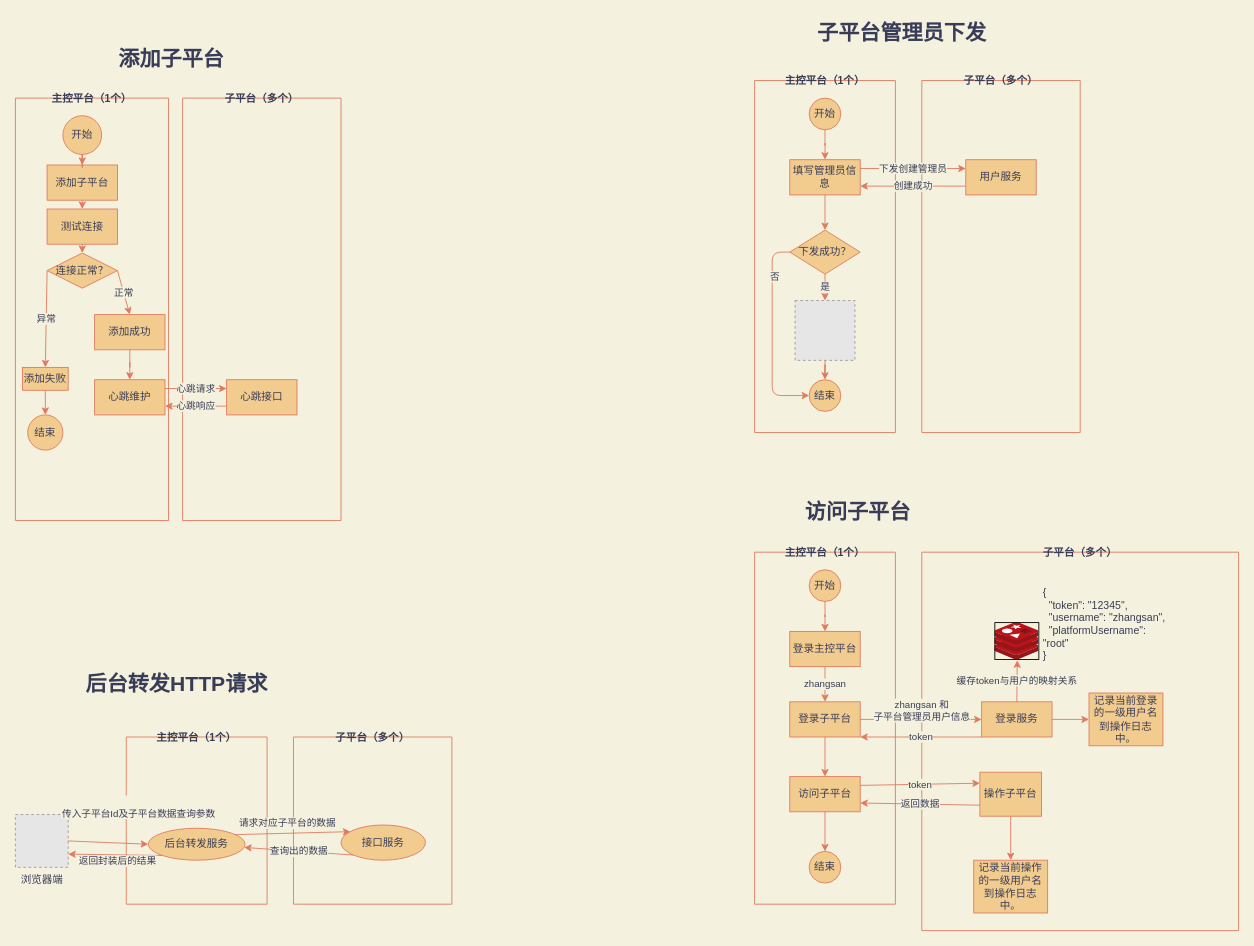
Above: page "通用" (1 of 3) of test.drawio in Jarris3154/drawios (draw.io), before the change. Source tidied: cells renumbered, new cells numbered last; positions are measured from the earlier drawing's top-left corner, leaving out a move shared by most shapes. Both pictures are drawn from the tidied source at 88%, with x=0, y=0 at pixel (15, 15). Pictures stored in the file or linked from it are replaced by grey dashed boxes.
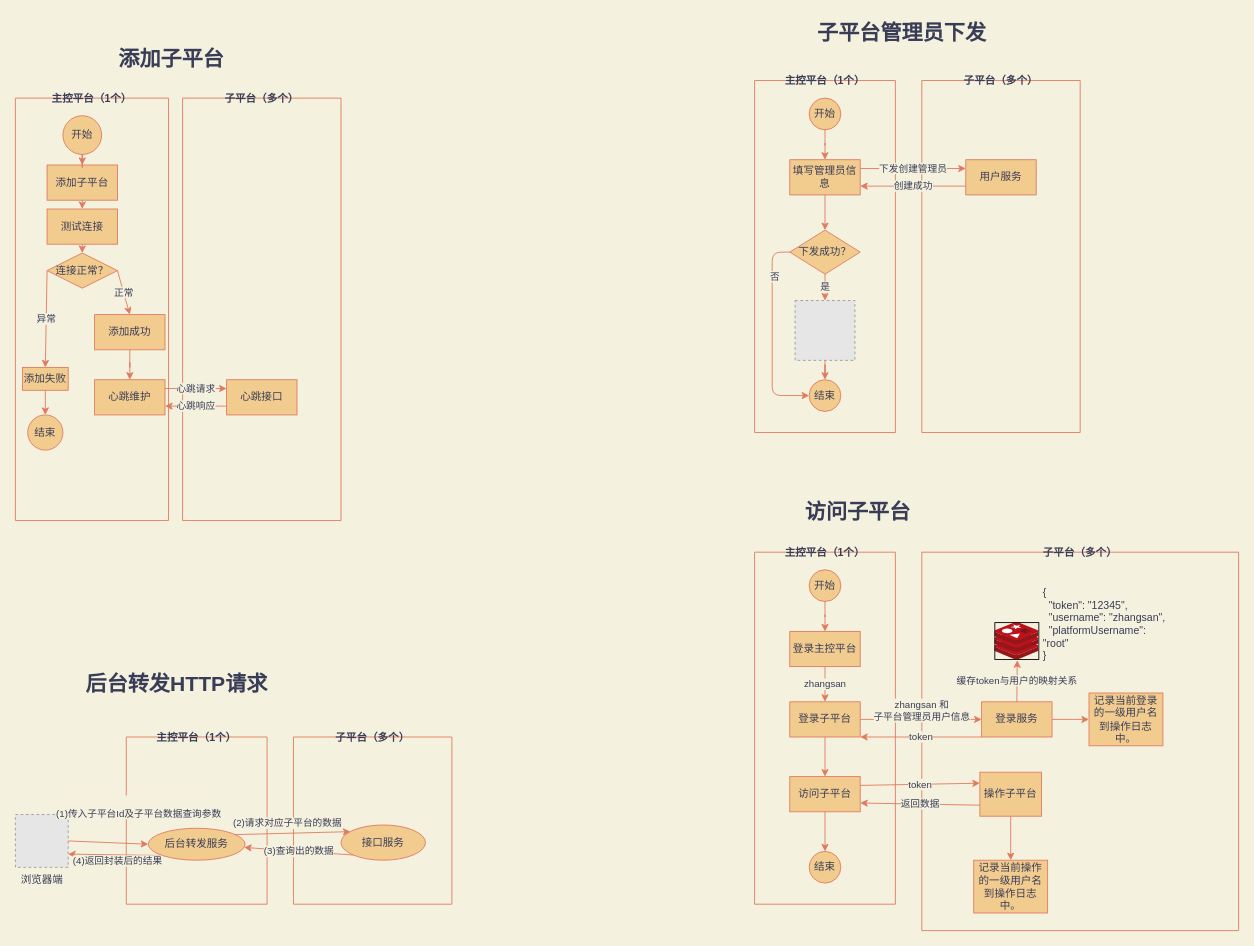
The same page after the edit.

Commit message:
增加平台转发API顺序

The change refers to these unchanged cells:
```xml
<mxCell id="3" value="接口服务" style="ellipse;whiteSpace=wrap;html=1;fillColor=#F2CC8F;strokeColor=#E07A5F;fontColor=#393C56;" parent="2" vertex="1">
  <mxGeometry x="54" y="100" width="96" height="40" as="geometry" />
</mxCell>
<mxCell id="6" value="后台转发服务" style="ellipse;whiteSpace=wrap;html=1;fillColor=#F2CC8F;strokeColor=#E07A5F;fontColor=#393C56;" parent="5" vertex="1">
  <mxGeometry x="25" y="103.7" width="110" height="36.3" as="geometry" />
</mxCell>
<mxCell id="7" value="浏览器端" style="fillColor=#E6E6E6;strokeColor=#999999;dashed=1;html=1;verticalAlign=top;verticalLabelPosition=bottom;fontColor=#393C56;labelBackgroundColor=#F4F1DE;" parent="1" vertex="1">
  <mxGeometry y="908.1" width="60" height="60" as="geometry" />
</mxCell>
<mxCell id="8" style="jettySize=auto;html=1;exitX=0.894;exitY=0.2;exitDx=0;exitDy=0;entryX=0.112;entryY=0.189;entryDx=0;entryDy=0;strokeColor=#E07A5F;fontColor=#393C56;exitPerimeter=0;entryPerimeter=0;labelBackgroundColor=#F4F1DE;" parent="1" edge="1" source="6" target="3">
  <mxGeometry relative="1" as="geometry" />
</mxCell>
<mxCell id="12" style="jettySize=auto;html=1;exitX=0;exitY=1;exitDx=0;exitDy=0;strokeColor=#E07A5F;fontColor=#393C56;entryX=1;entryY=0.75;entryDx=0;entryDy=0;labelBackgroundColor=#F4F1DE;" parent="1" edge="1" source="6" target="7">
  <mxGeometry relative="1" as="geometry" />
</mxCell>
```

Diff of the diagram source:
```diff
@@
-    <mxCell id="9" value="请求对应子平台的数据" style="edgeLabel;html=1;align=center;verticalAlign=middle;fontColor=#393C56;labelBackgroundColor=#F4F1DE;" parent="8" vertex="1">
+    <mxCell id="9" value="(2)请求对应子平台的数据" style="edgeLabel;html=1;align=center;verticalAlign=middle;fontColor=#393C56;labelBackgroundColor=#F4F1DE;" parent="8" vertex="1">
       <mxGeometry x="-0.21" y="1" relative="1" as="geometry">
         <mxPoint x="7" y="-11" as="offset" />
       </mxGeometry>
     </mxCell>
-    <mxCell id="10" value="查询出的数据" style="jettySize=auto;html=1;exitX=0;exitY=1;exitDx=0;exitDy=0;strokeColor=#E07A5F;fontColor=#393C56;labelBackgroundColor=#F4F1DE;" parent="1" edge="1" source="3" target="6">
+    <mxCell id="10" value="(3)查询出的数据" style="jettySize=auto;html=1;exitX=0;exitY=1;exitDx=0;exitDy=0;strokeColor=#E07A5F;fontColor=#393C56;labelBackgroundColor=#F4F1DE;" parent="1" edge="1" source="3" target="6">
       <mxGeometry relative="1" as="geometry" />
     </mxCell>
-    <mxCell id="11" value="&lt;br&gt;传入子平台Id及子平台数据查询参数" style="endArrow=classic;html=1;exitX=1;exitY=0.5;exitDx=0;exitDy=0;entryX=0;entryY=0.5;entryDx=0;entryDy=0;strokeColor=#E07A5F;fontColor=#393C56;labelBackgroundColor=#F4F1DE;" parent="1" edge="1" source="7" target="6">
+    <mxCell id="11" value="&lt;br&gt;(1)传入子平台Id及子平台数据查询参数" style="endArrow=classic;html=1;exitX=1;exitY=0.5;exitDx=0;exitDy=0;entryX=0;entryY=0.5;entryDx=0;entryDy=0;strokeColor=#E07A5F;fontColor=#393C56;labelBackgroundColor=#F4F1DE;" parent="1" edge="1" source="7" target="6">
       <mxGeometry x="0.72" y="41" relative="1" as="geometry" />
     </mxCell>
@@
-    <mxCell id="13" value="返回封装后的结果" style="edgeLabel;html=1;align=center;verticalAlign=middle;fontColor=#393C56;labelBackgroundColor=#F4F1DE;" parent="12" vertex="1">
+    <mxCell id="13" value="(4)返回封装后的结果" style="edgeLabel;html=1;align=center;verticalAlign=middle;fontColor=#393C56;labelBackgroundColor=#F4F1DE;" parent="12" vertex="1">
       <mxGeometry x="-0.23" y="-1" relative="1" as="geometry">
         <mxPoint x="-10" y="7" as="offset" />
       </mxGeometry>
     </mxCell>
```
